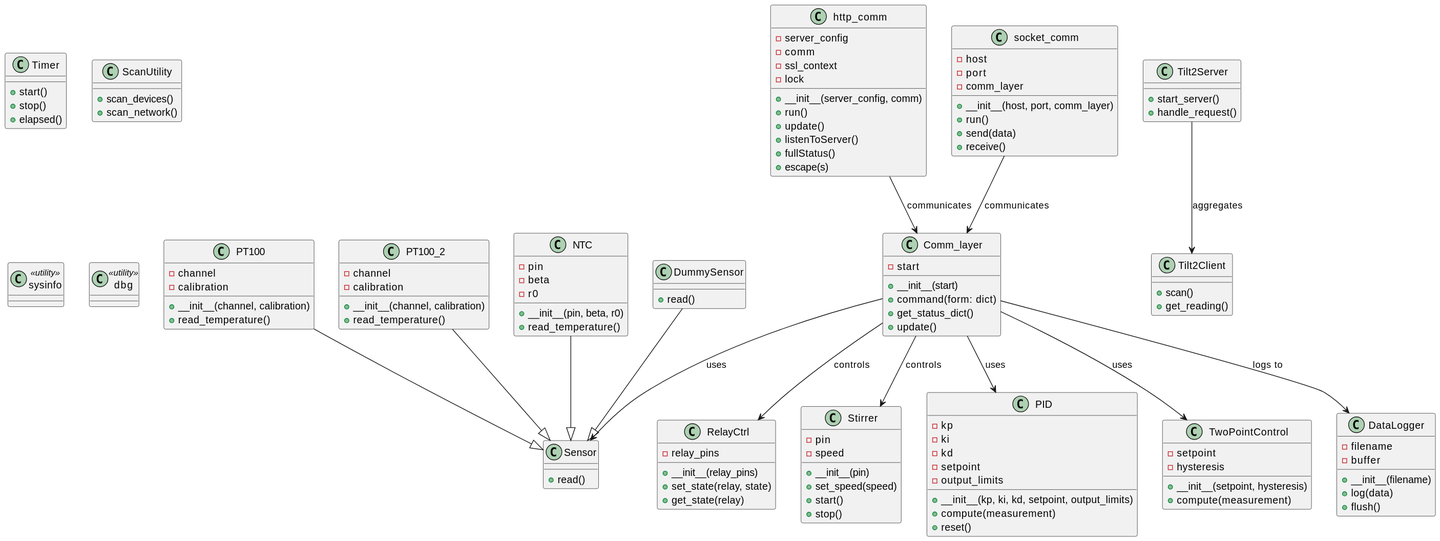
This is docs/brewing_control_system_uml.svg from l-brew/raspberry, a PlantUML export, as it was before one commit. Source of this version:
```plantuml
@startuml
class Comm_layer {
    - start
    + __init__(start)
    + command(form: dict)
    + get_status_dict()
    + update()
}
class http_comm {
    - server_config
    - comm
    - ssl_context
    - lock
    + __init__(server_config, comm)
    + run()
    + update()
    + listenToServer()
    + fullStatus()
    + escape(s)
}
class socket_comm {
    - host
    - port
    - comm_layer
    + __init__(host, port, comm_layer)
    + run()
    + send(data)
    + receive()
}

class Sensor {
    + read()
}
class PT100 {
    - channel
    - calibration
    + __init__(channel, calibration)
    + read_temperature()
}
class PT100_2 {
    - channel
    - calibration
    + __init__(channel, calibration)
    + read_temperature()
}
class NTC {
    - pin
    - beta
    - r0
    + __init__(pin, beta, r0)
    + read_temperature()
}
class DummySensor {
    + read()
}
class RelayCtrl {
    - relay_pins
    + __init__(relay_pins)
    + set_state(relay, state)
    + get_state(relay)
}
class Stirrer {
    - pin
    - speed
    + __init__(pin)
    + set_speed(speed)
    + start()
    + stop()
}

class PID {
    - kp
    - ki
    - kd
    - setpoint
    - output_limits
    + __init__(kp, ki, kd, setpoint, output_limits)
    + compute(measurement)
    + reset()
}
class TwoPointControl {
    - setpoint
    - hysteresis
    + __init__(setpoint, hysteresis)
    + compute(measurement)
}
class Timer {
    + start()
    + stop()
    + elapsed()
}
class ScanUtility {
    + scan_devices()
    + scan_network()
}
class DataLogger {
    - filename
    - buffer
    + __init__(filename)
    + log(data)
    + flush()
}

class Tilt2Client {
    + scan()
    + get_reading()
}
class Tilt2Server {
    + start_server()
    + handle_request()
}

Comm_layer --> Sensor : uses
Comm_layer --> RelayCtrl : controls
Comm_layer --> Stirrer : controls
Comm_layer --> PID : uses
Comm_layer --> TwoPointControl : uses
Comm_layer --> DataLogger : logs to
http_comm --> Comm_layer : communicates
socket_comm --> Comm_layer : communicates
PT100 --|> Sensor
PT100_2 --|> Sensor
NTC --|> Sensor
DummySensor --|> Sensor
Tilt2Server --> Tilt2Client : aggregates


class sysinfo <<utility>>
class dbg <<utility>>
@enduml
```
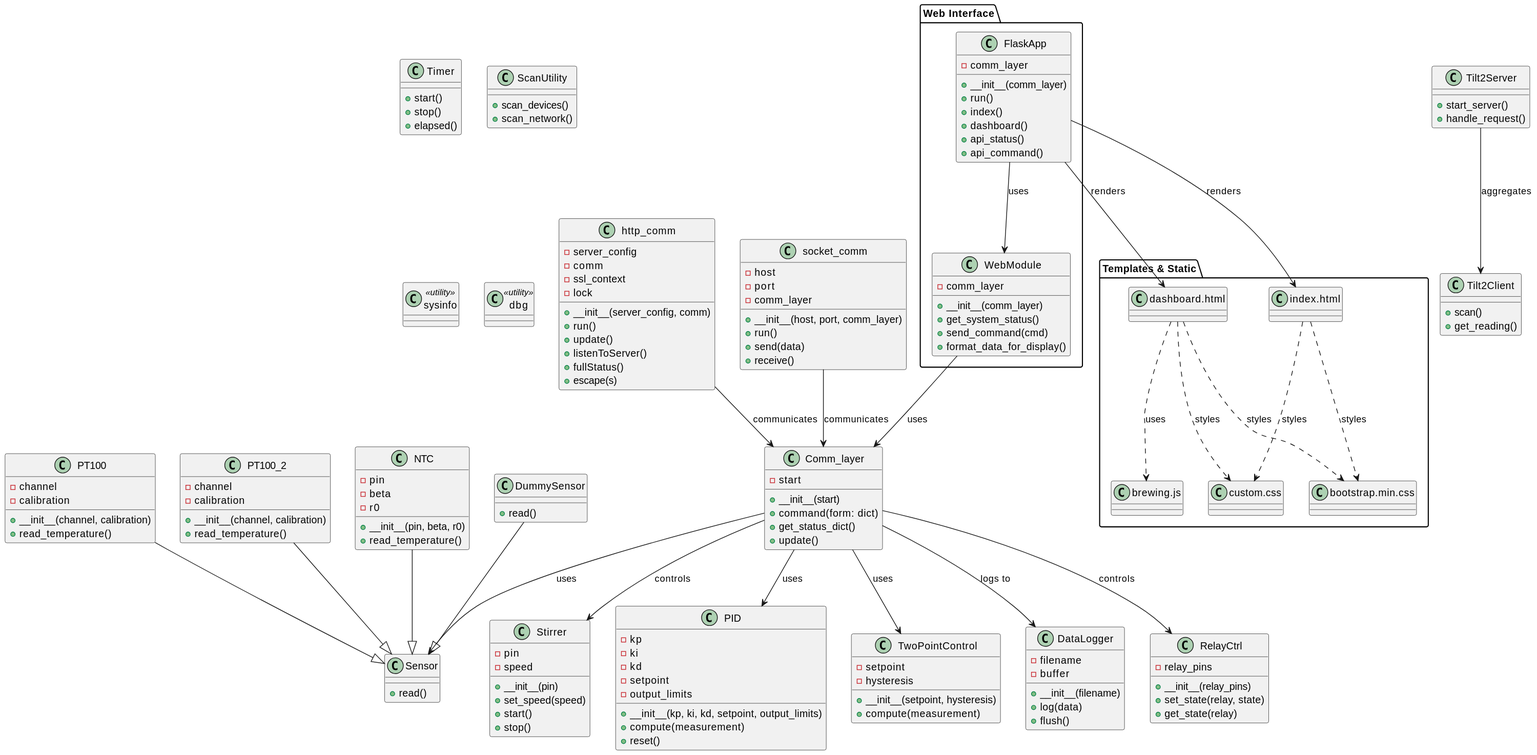
The same diagram one commit later.

Commit message:
Add simulation mode and web/terminal interfaces for brewing control system

What changed in the source:
```diff
@@ -26,6 +26,33 @@
     + run()
     + send(data)
     + receive()
+}
+
+package "Web Interface" {
+    class FlaskApp {
+        - comm_layer
+        + __init__(comm_layer)
+        + run()
+        + index()
+        + dashboard()
+        + api_status()
+        + api_command()
+    }
+    class WebModule {
+        - comm_layer
+        + __init__(comm_layer)
+        + get_system_status()
+        + send_command(cmd)
+        + format_data_for_display()
+    }
+}
+
+package "Templates & Static" {
+    class "dashboard.html" as DashboardTemplate
+    class "index.html" as IndexTemplate
+    class "bootstrap.min.css" as BootstrapCSS
+    class "custom.css" as CustomCSS
+    class "brewing.js" as BrewingJS
 }
 
 class Sensor {
@@ -124,6 +151,17 @@
 DummySensor --|> Sensor
 Tilt2Server --> Tilt2Client : aggregates
 
+FlaskApp --> WebModule : uses
+WebModule --> Comm_layer : uses
+FlaskApp --> DashboardTemplate : renders
+FlaskApp --> IndexTemplate : renders
+DashboardTemplate ..> BootstrapCSS : styles
+DashboardTemplate ..> CustomCSS : styles
+DashboardTemplate ..> BrewingJS : uses
+IndexTemplate ..> BootstrapCSS : styles
+IndexTemplate ..> CustomCSS : styles
+
+
 
 class sysinfo <<utility>>
 class dbg <<utility>>
```
